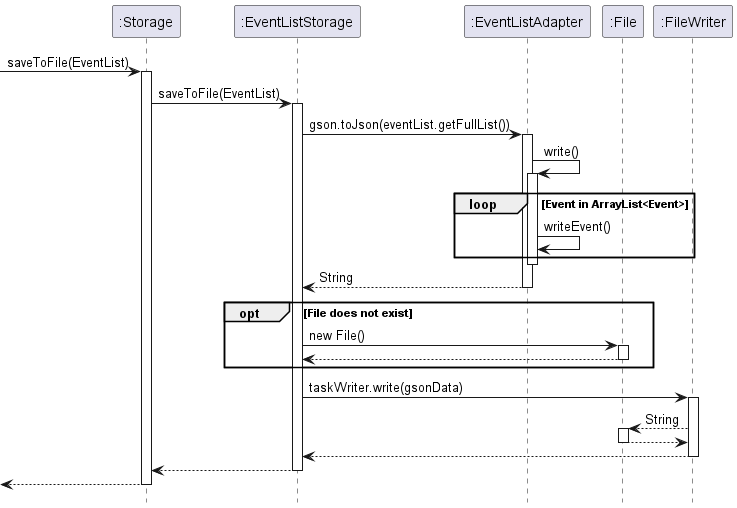
Before: docs/UML/Images/SaveToFile.png, a diagram exported from PlantUML (nus-cs2113-AY2223S2/tp). Source of this version:
```plantuml
@startuml
hide footbox
-> ":Storage" : saveToFile(EventList)
activate ":Storage"
    ":Storage" -> ":EventListStorage" : saveToFile(EventList)
    activate ":EventListStorage"
    ":EventListStorage" -> ":EventListAdapter" :  gson.toJson(eventList.getFullList())
    activate ":EventListAdapter"
    ":EventListAdapter" -> ":EventListAdapter" : write()
    activate ":EventListAdapter"
    loop Event in ArrayList<Event>
        ":EventListAdapter" -> ":EventListAdapter" : writeEvent()
    end
    deactivate ":EventListAdapter"
    ":EventListAdapter" --> ":EventListStorage" : String
    deactivate ":EventListAdapter"
    opt File does not exist
        ":EventListStorage" -> ":File" : new File()
        activate ":File"
        ":File" --> ":EventListStorage"
        deactivate ":File"
    end
    ":EventListStorage" -> ":FileWriter" : taskWriter.write(gsonData)
    activate ":FileWriter"
    ":FileWriter" --> ":File" : String
    activate ":File"
    ":File" --> ":FileWriter"
    deactivate ":File"
    ":FileWriter" --> ":EventListStorage"
    deactivate ":FileWriter"
    ":EventListStorage" --> ":Storage"
    deactivate ":EventListStorage"
    <-- ":Storage"
    deactivate ":Storage"


@enduml
```
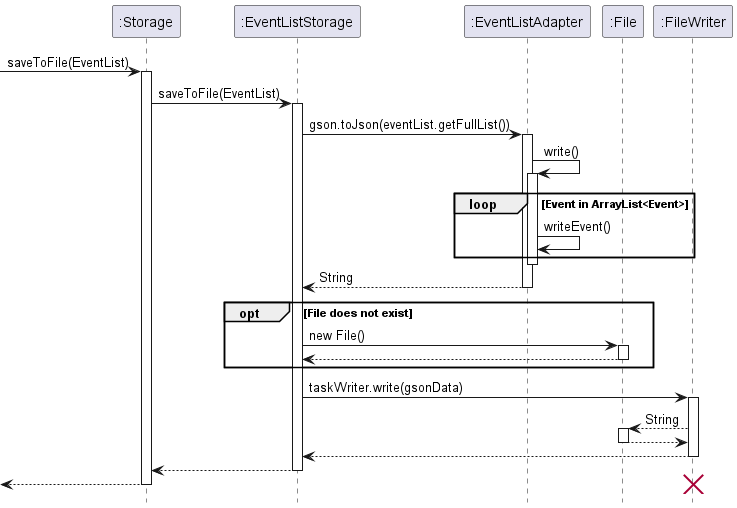
The same diagram one commit later.

Commit message:
Fix bug in SaveToFile UML diagram

Destroy FileWriter at end of process

The edit, as a diff of the source:
```diff
@@ -32,6 +32,6 @@
     deactivate ":EventListStorage"
     <-- ":Storage"
     deactivate ":Storage"
-
+    destroy ":FileWriter"
 
 @enduml
```
